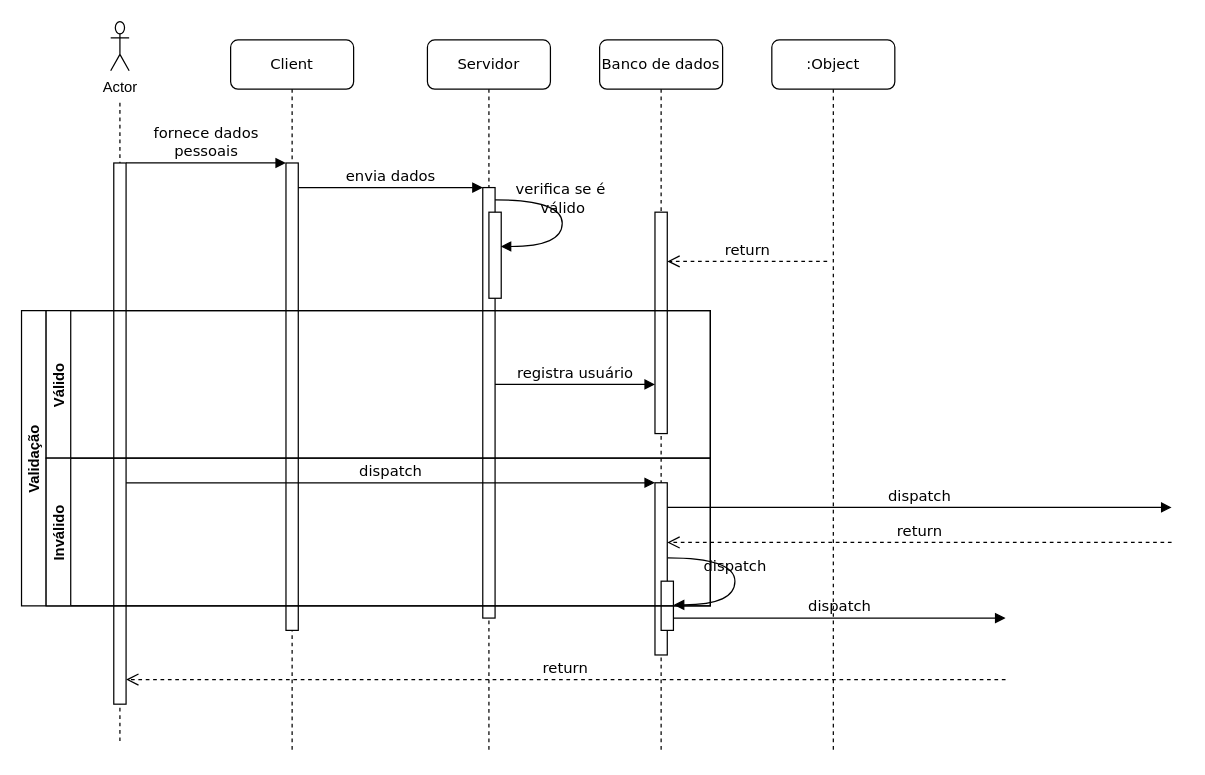
Above: Criar_conta_BiddinGeeks.drawio in gmmartin7/BiddinGeeks (draw.io), before the change. Source tidied: cells renumbered, new cells numbered last; positions are measured from the earlier drawing's top-left corner, leaving out a move shared by most shapes. Both pictures are drawn from the tidied source at 123%, with x=0, y=0 at pixel (21, 21).
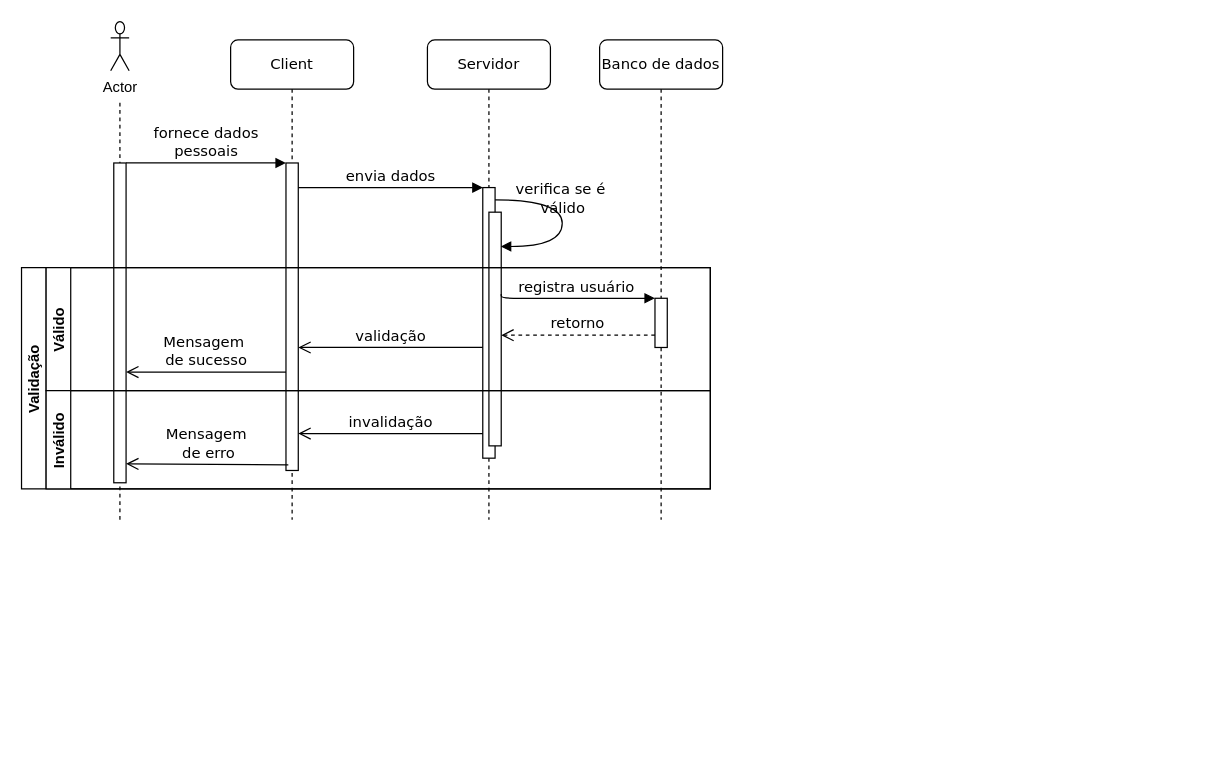
The same page after the edit.

Commit message:
finished sequence diagram

The edit, as a diff of the source:
```diff
@@
     <mxCell id="2" style="endArrow=none;html=1;rounded=0;dashed=1;" parent="1" edge="1">
       <mxGeometry relative="1" as="geometry">
-        <mxPoint x="80" y="585" as="sourcePoint" />
+        <mxPoint x="80" y="405" as="sourcePoint" />
         <mxPoint x="80" y="65" as="targetPoint" />
       </mxGeometry>
     </mxCell>
     <mxCell id="3" value="Client" style="shape=umlLifeline;perimeter=lifelinePerimeter;whiteSpace=wrap;html=1;rounded=1;shadow=0;comic=0;labelBackgroundColor=none;strokeWidth=1;fontFamily=Verdana;fontSize=12;align=center;" parent="1" vertex="1">
-      <mxGeometry x="170" y="15" width="100" height="580" as="geometry" />
+      <mxGeometry x="170" y="15" width="100" height="390" as="geometry" />
     </mxCell>
     <mxCell id="4" style="html=1;points=[];perimeter=orthogonalPerimeter;rounded=0;shadow=0;comic=0;labelBackgroundColor=none;strokeWidth=1;fontFamily=Verdana;fontSize=12;align=center;" parent="3" vertex="1">
-      <mxGeometry x="45" y="100" width="10" height="380" as="geometry" />
+      <mxGeometry x="45" y="100" width="10" height="250" as="geometry" />
     </mxCell>
     <mxCell id="5" value="Servidor" style="shape=umlLifeline;perimeter=lifelinePerimeter;whiteSpace=wrap;html=1;rounded=1;shadow=0;comic=0;labelBackgroundColor=none;strokeWidth=1;fontFamily=Verdana;fontSize=12;align=center;" parent="1" vertex="1">
-      <mxGeometry x="330" y="15" width="100" height="580" as="geometry" />
+      <mxGeometry x="330" y="15" width="100" height="390" as="geometry" />
     </mxCell>
     <mxCell id="6" style="html=1;points=[];perimeter=orthogonalPerimeter;rounded=0;shadow=0;comic=0;labelBackgroundColor=none;strokeWidth=1;fontFamily=Verdana;fontSize=12;align=center;" parent="5" vertex="1">
-      <mxGeometry x="45" y="120" width="10" height="350" as="geometry" />
+      <mxGeometry x="45" y="120" width="10" height="220" as="geometry" />
     </mxCell>
     <mxCell id="7" style="html=1;points=[];perimeter=orthogonalPerimeter;rounded=0;shadow=0;comic=0;labelBackgroundColor=none;strokeWidth=1;fontFamily=Verdana;fontSize=12;align=center;" parent="5" vertex="1">
-      <mxGeometry x="50" y="140" width="10" height="70" as="geometry" />
+      <mxGeometry x="50" y="140" width="10" height="190" as="geometry" />
     </mxCell>
@@
     <mxCell id="9" value="Banco de dados" style="shape=umlLifeline;perimeter=lifelinePerimeter;whiteSpace=wrap;html=1;rounded=1;shadow=0;comic=0;labelBackgroundColor=none;strokeWidth=1;fontFamily=Verdana;fontSize=12;align=center;" parent="1" vertex="1">
-      <mxGeometry x="470" y="15" width="100" height="580" as="geometry" />
+      <mxGeometry x="470" y="15" width="100" height="390" as="geometry" />
     </mxCell>
-    <mxCell id="10" value=":Object" style="shape=umlLifeline;perimeter=lifelinePerimeter;whiteSpace=wrap;html=1;rounded=1;shadow=0;comic=0;labelBackgroundColor=none;strokeWidth=1;fontFamily=Verdana;fontSize=12;align=center;" parent="1" vertex="1">
-      <mxGeometry x="610" y="15" width="100" height="580" as="geometry" />
-    </mxCell>
     <mxCell id="11" style="html=1;points=[];perimeter=orthogonalPerimeter;rounded=0;shadow=0;comic=0;labelBackgroundColor=none;strokeWidth=1;fontFamily=Verdana;fontSize=12;align=center;" parent="1" vertex="1">
-      <mxGeometry x="515" y="155" width="10" height="180" as="geometry" />
+      <mxGeometry x="515" y="225" width="10" height="40" as="geometry" />
     </mxCell>
-    <mxCell id="12" value="registra usuário" style="html=1;verticalAlign=bottom;endArrow=block;labelBackgroundColor=none;fontFamily=Verdana;fontSize=12;edgeStyle=elbowEdgeStyle;elbow=vertical;" parent="1" edge="1" source="6" target="11">
+    <mxCell id="12" value="registra usuário" style="html=1;verticalAlign=bottom;endArrow=block;labelBackgroundColor=none;fontFamily=Verdana;fontSize=12;edgeStyle=elbowEdgeStyle;elbow=vertical;exitX=1;exitY=0.35;exitDx=0;exitDy=0;exitPerimeter=0;" parent="1" edge="1" source="7" target="11">
       <mxGeometry relative="1" as="geometry">
         <Array as="points">
-          <mxPoint x="440" y="295" />
-          <mxPoint x="430" y="295" />
-          <mxPoint x="430" y="215" />
-          <mxPoint x="390" y="155" />
+          <mxPoint x="440" y="225" />
+          <mxPoint x="430" y="225" />
+          <mxPoint x="430" y="145" />
+          <mxPoint x="390" y="85" />
         </Array>
       </mxGeometry>
     </mxCell>
-    <mxCell id="13" value="return" style="html=1;verticalAlign=bottom;endArrow=open;dashed=1;endSize=8;labelBackgroundColor=none;fontFamily=Verdana;fontSize=12;edgeStyle=elbowEdgeStyle;elbow=vertical;" parent="1" edge="1" target="11">
-      <mxGeometry relative="1" as="geometry">
-        <mxPoint x="655" y="195" as="sourcePoint" />
-        <Array as="points">
-          <mxPoint x="600" y="195" />
-          <mxPoint x="630" y="195" />
-        </Array>
-      </mxGeometry>
-    </mxCell>
-    <mxCell id="14" style="html=1;points=[];perimeter=orthogonalPerimeter;rounded=0;shadow=0;comic=0;labelBackgroundColor=none;strokeWidth=1;fontFamily=Verdana;fontSize=12;align=center;" parent="1" vertex="1">
-      <mxGeometry x="515" y="375" width="10" height="140" as="geometry" />
-    </mxCell>
-    <mxCell id="15" value="dispatch" style="html=1;verticalAlign=bottom;endArrow=block;entryX=0;entryY=0;labelBackgroundColor=none;fontFamily=Verdana;fontSize=12;" parent="1" edge="1" source="25" target="14">
-      <mxGeometry relative="1" as="geometry" />
-    </mxCell>
-    <mxCell id="16" value="dispatch" style="html=1;verticalAlign=bottom;endArrow=block;entryX=0;entryY=0;labelBackgroundColor=none;fontFamily=Verdana;fontSize=12;" parent="1" edge="1" source="14">
-      <mxGeometry relative="1" as="geometry">
-        <mxPoint x="935" y="395" as="targetPoint" />
-      </mxGeometry>
-    </mxCell>
-    <mxCell id="17" value="return" style="html=1;verticalAlign=bottom;endArrow=open;dashed=1;endSize=8;exitX=0;exitY=0.95;labelBackgroundColor=none;fontFamily=Verdana;fontSize=12;" parent="1" edge="1" target="14">
-      <mxGeometry relative="1" as="geometry">
-        <mxPoint x="935" y="423.5" as="sourcePoint" />
-      </mxGeometry>
-    </mxCell>
-    <mxCell id="18" value="dispatch" style="html=1;verticalAlign=bottom;endArrow=block;entryX=0;entryY=0;labelBackgroundColor=none;fontFamily=Verdana;fontSize=12;edgeStyle=elbowEdgeStyle;elbow=vertical;" parent="1" edge="1" source="22">
-      <mxGeometry relative="1" as="geometry">
-        <mxPoint x="800" y="485" as="targetPoint" />
-      </mxGeometry>
-    </mxCell>
-    <mxCell id="19" value="return" style="html=1;verticalAlign=bottom;endArrow=open;dashed=1;endSize=8;labelBackgroundColor=none;fontFamily=Verdana;fontSize=12;edgeStyle=elbowEdgeStyle;elbow=vertical;" parent="1" edge="1" target="25">
-      <mxGeometry relative="1" as="geometry">
-        <mxPoint x="800" y="535" as="sourcePoint" />
-        <Array as="points">
-          <mxPoint x="500" y="535" />
-        </Array>
-      </mxGeometry>
-    </mxCell>
@@
-    <mxCell id="22" style="html=1;points=[];perimeter=orthogonalPerimeter;rounded=0;shadow=0;comic=0;labelBackgroundColor=none;strokeWidth=1;fontFamily=Verdana;fontSize=12;align=center;" parent="1" vertex="1">
-      <mxGeometry x="520" y="455" width="10" height="40" as="geometry" />
-    </mxCell>
-    <mxCell id="23" value="dispatch" style="html=1;verticalAlign=bottom;endArrow=block;labelBackgroundColor=none;fontFamily=Verdana;fontSize=12;elbow=vertical;edgeStyle=orthogonalEdgeStyle;curved=1;entryX=1;entryY=0.286;entryPerimeter=0;exitX=1.038;exitY=0.345;exitPerimeter=0;" parent="1" edge="1">
-      <mxGeometry relative="1" as="geometry">
-        <mxPoint x="525.3" y="436" as="sourcePoint" />
-        <mxPoint x="530.3" y="474.3" as="targetPoint" />
-        <Array as="points">
-          <mxPoint x="580" y="436" />
-          <mxPoint x="580" y="474" />
-        </Array>
-      </mxGeometry>
-    </mxCell>
@@
     <mxCell id="25" style="html=1;points=[];perimeter=orthogonalPerimeter;rounded=0;shadow=0;comic=0;labelBackgroundColor=none;strokeWidth=1;fontFamily=Verdana;fontSize=12;align=center;" parent="1" vertex="1">
-      <mxGeometry x="75" y="115" width="10" height="440" as="geometry" />
+      <mxGeometry x="75" y="115" width="10" height="260" as="geometry" />
     </mxCell>
     <mxCell id="26" value="Validação" style="swimlane;horizontal=0;startSize=20;" parent="1" vertex="1">
-      <mxGeometry y="235" width="560" height="240" as="geometry" />
+      <mxGeometry y="200" width="560" height="180" as="geometry" />
     </mxCell>
     <mxCell id="27" value="Válido" style="swimlane;startSize=20;horizontal=0;" parent="26" vertex="1">
-      <mxGeometry x="20" width="540" height="120" as="geometry" />
+      <mxGeometry x="20" width="540" height="100" as="geometry" />
     </mxCell>
+    <mxCell id="29" value="retorno" style="html=1;verticalAlign=bottom;endArrow=open;dashed=1;endSize=8;labelBackgroundColor=none;fontFamily=Verdana;fontSize=12;edgeStyle=elbowEdgeStyle;elbow=vertical;" parent="27" edge="1" source="11">
+      <mxGeometry relative="1" as="geometry">
+        <mxPoint x="370" y="55" as="targetPoint" />
+        <Array as="points">
+          <mxPoint x="445" y="55" />
+          <mxPoint x="475" y="55" />
+        </Array>
+      </mxGeometry>
+    </mxCell>
+    <mxCell id="30" value="validação" style="html=1;verticalAlign=bottom;endArrow=open;endSize=8;labelBackgroundColor=none;fontFamily=Verdana;fontSize=12;edgeStyle=elbowEdgeStyle;elbow=vertical;" parent="27" edge="1" target="4">
+      <mxGeometry relative="1" as="geometry">
+        <mxPoint x="355" y="65" as="sourcePoint" />
+        <Array as="points">
+          <mxPoint x="320" y="65" />
+          <mxPoint x="305" y="95" />
+          <mxPoint x="335" y="95" />
+        </Array>
+      </mxGeometry>
+    </mxCell>
     <mxCell id="28" value="Inválido" style="swimlane;startSize=20;horizontal=0;" parent="26" vertex="1">
-      <mxGeometry x="20" y="120" width="540" height="120" as="geometry" />
+      <mxGeometry x="20" y="100" width="540" height="80" as="geometry" />
     </mxCell>
+    <mxCell id="31" value="invalidação" style="html=1;verticalAlign=bottom;endArrow=open;endSize=8;labelBackgroundColor=none;fontFamily=Verdana;fontSize=12;edgeStyle=elbowEdgeStyle;elbow=vertical;" parent="28" edge="1">
+      <mxGeometry relative="1" as="geometry">
+        <mxPoint x="355" y="35" as="sourcePoint" />
+        <mxPoint x="205" y="35" as="targetPoint" />
+        <Array as="points">
+          <mxPoint x="330" y="35" />
+          <mxPoint x="305" y="55" />
+          <mxPoint x="335" y="55" />
+        </Array>
+      </mxGeometry>
+    </mxCell>
+    <mxCell id="32" value="Mensagem&amp;nbsp;&lt;br&gt;de erro" style="html=1;verticalAlign=bottom;endArrow=open;endSize=8;labelBackgroundColor=none;fontFamily=Verdana;fontSize=12;edgeStyle=elbowEdgeStyle;elbow=vertical;exitX=0.185;exitY=0.502;exitDx=0;exitDy=0;exitPerimeter=0;" parent="28" edge="1">
+      <mxGeometry relative="1" as="geometry">
+        <mxPoint x="196.9" y="60.4" as="sourcePoint" />
+        <mxPoint x="65" y="59.6" as="targetPoint" />
+        <Array as="points">
+          <mxPoint x="170" y="59.6" />
+          <mxPoint x="180" y="69.6" />
+          <mxPoint x="210" y="69.6" />
+        </Array>
+      </mxGeometry>
+    </mxCell>
+    <mxCell id="33" value="Mensagem&amp;nbsp;&lt;br&gt;de sucesso" style="html=1;verticalAlign=bottom;endArrow=open;endSize=8;labelBackgroundColor=none;fontFamily=Verdana;fontSize=12;edgeStyle=elbowEdgeStyle;elbow=vertical;" parent="1" edge="1" source="4" target="25">
+      <mxGeometry relative="1" as="geometry">
+        <Array as="points">
+          <mxPoint x="200" y="285" />
+          <mxPoint x="200" y="295" />
+          <mxPoint x="180" y="305" />
+          <mxPoint x="200" y="315" />
+          <mxPoint x="230" y="315" />
+        </Array>
+      </mxGeometry>
+    </mxCell>
```
